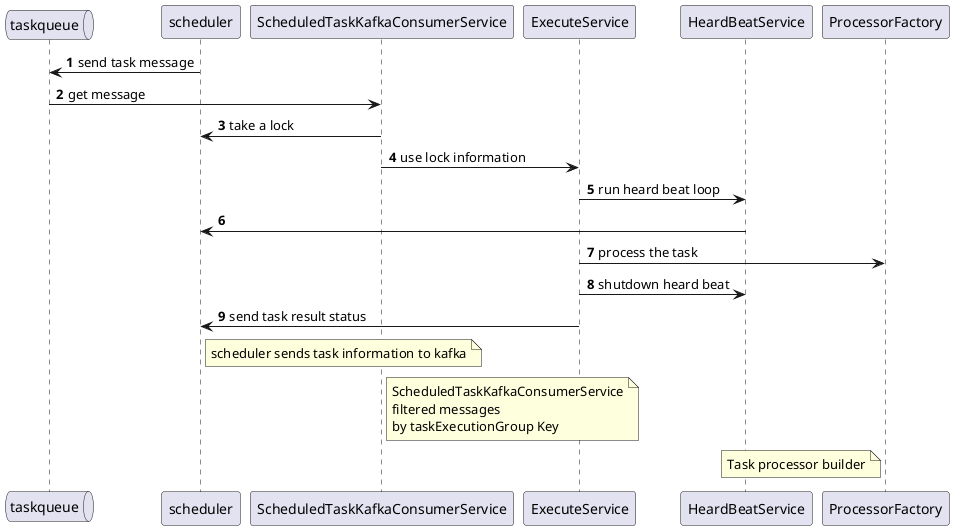
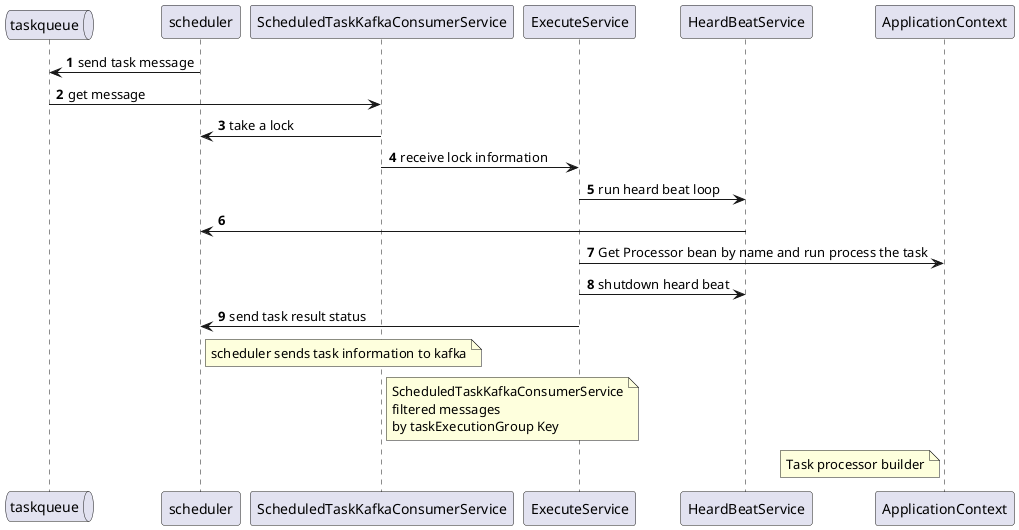
@startuml
'https://plantuml.com/use-case-diagram
autonumber
queue taskqueue

scheduler -> taskqueue: send task message

taskqueue -> ScheduledTaskKafkaConsumerService: get message
ScheduledTaskKafkaConsumerService -> scheduler: take a lock
- ScheduledTaskKafkaConsumerService -> ExecuteService: use lock information
+ ScheduledTaskKafkaConsumerService -> ExecuteService: receive lock information
ExecuteService -> HeardBeatService: run heard beat loop
HeardBeatService -> scheduler
- ExecuteService -> ProcessorFactory: process the task
+ ExecuteService -> ApplicationContext: Get Processor bean by name and run process the task
ExecuteService -> HeardBeatService: shutdown heard beat
ExecuteService -> scheduler: send task result status




note right of scheduler
scheduler sends task information to kafka
end note
note right of ScheduledTaskKafkaConsumerService
ScheduledTaskKafkaConsumerService
filtered messages
by taskExecutionGroup Key
end note
- note left of ProcessorFactory
+ note left of ApplicationContext
Task processor builder
end note
@enduml